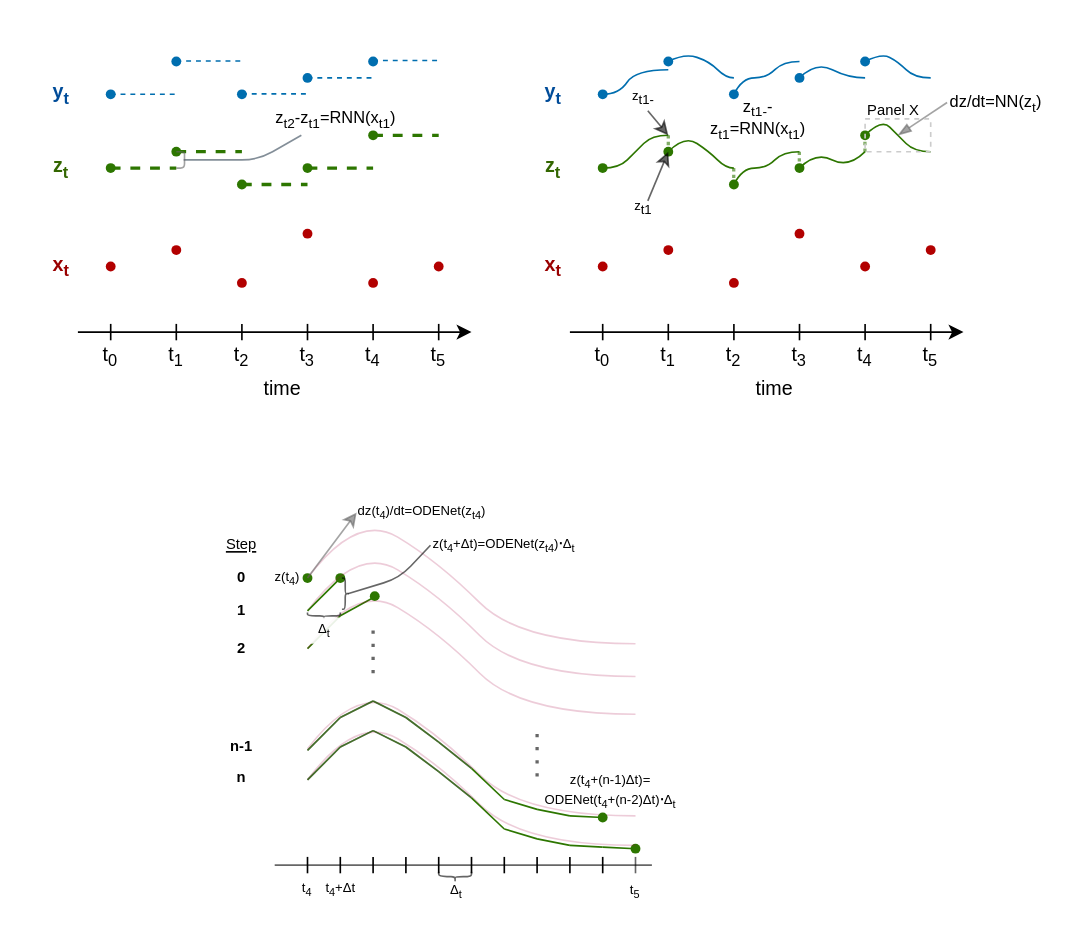
This is graph1.drawio from oizin/links, a draw.io file, before an edit. Source tidied: cells renumbered, new cells numbered last; positions are measured from the earlier drawing's top-left corner, leaving out a move shared by most shapes. Both pictures are drawn from the tidied source at 164%, with x=0, y=0 at pixel (28, 28).
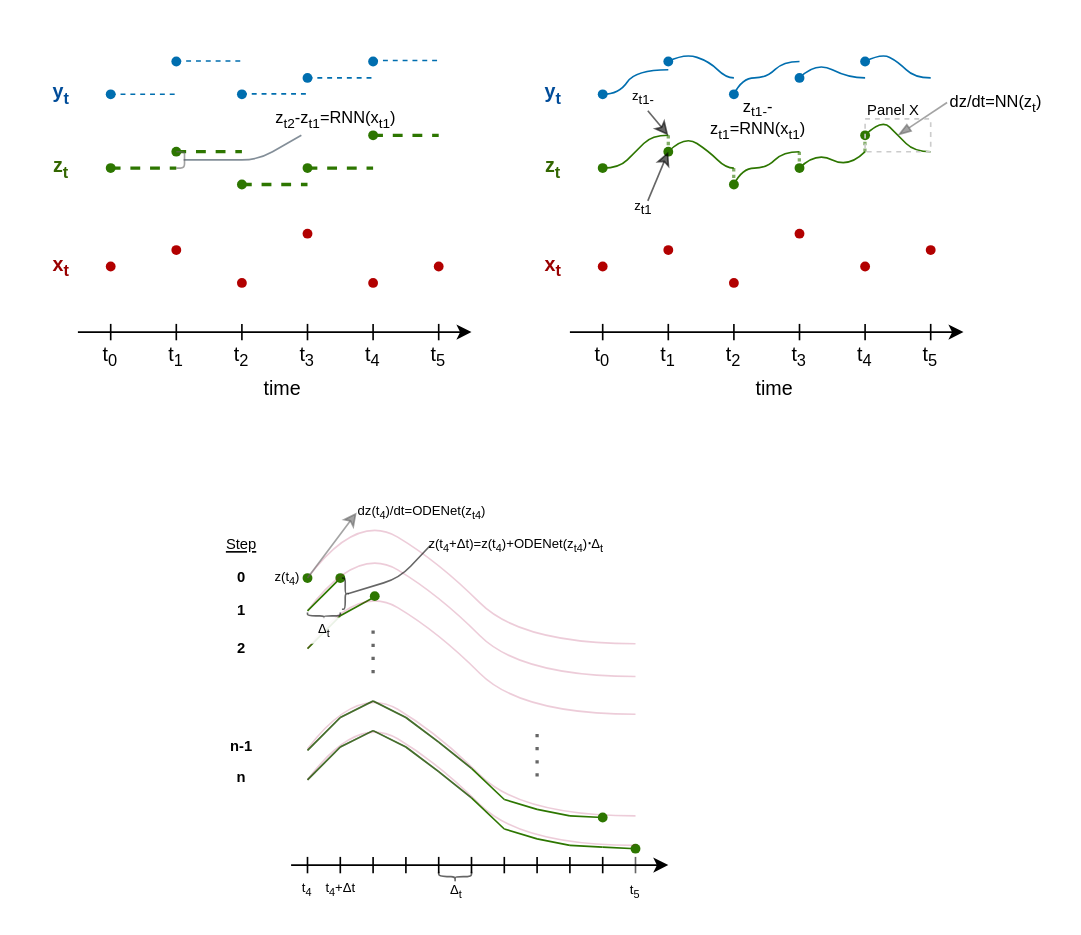
After the change.

What changed in the source:
```diff
@@
-    <mxCell id="109" style="line;strokeWidth=1;html=1;fontSize=8;fontColor=#000000;opacity=60;" parent="1" vertex="1">
-      <mxGeometry x="150" y="505" width="230" height="10" as="geometry" />
-    </mxCell>
@@
-    <mxCell id="130" value="z(t&lt;sub&gt;4&lt;/sub&gt;+&lt;span&gt;Δt)&lt;/span&gt;&lt;span&gt;=ODENet(z&lt;sub&gt;t4&lt;/sub&gt;)&lt;/span&gt;&lt;span class=&quot;ILfuVd&quot;&gt;&lt;span class=&quot;hgKElc&quot;&gt;&lt;b&gt;⋅&lt;/b&gt;&lt;/span&gt;&lt;/span&gt;&lt;span&gt;&lt;span&gt;Δ&lt;sub&gt;t&lt;/sub&gt;&lt;/span&gt;&lt;/span&gt;" style="text;html=1;strokeColor=none;fillColor=none;align=center;verticalAlign=middle;whiteSpace=wrap;rounded=0;fontSize=8;fontColor=#000000;opacity=60;" parent="1" vertex="1">
-      <mxGeometry x="245" y="305" width="90" height="20" as="geometry" />
+    <mxCell id="130" value="z(t&lt;sub&gt;4&lt;/sub&gt;+&lt;span&gt;Δt)&lt;/span&gt;&lt;span&gt;=z(t&lt;sub&gt;4&lt;/sub&gt;&lt;/span&gt;)+&lt;span&gt;&lt;sub&gt;&lt;/sub&gt;ODENet(z&lt;sub&gt;t4&lt;/sub&gt;)&lt;/span&gt;&lt;span class=&quot;ILfuVd&quot;&gt;&lt;span class=&quot;hgKElc&quot;&gt;&lt;b&gt;⋅&lt;/b&gt;&lt;/span&gt;&lt;/span&gt;&lt;span&gt;&lt;span&gt;Δ&lt;sub&gt;t&lt;/sub&gt;&lt;/span&gt;&lt;/span&gt;" style="text;html=1;strokeColor=none;fillColor=none;align=center;verticalAlign=middle;whiteSpace=wrap;rounded=0;fontSize=8;fontColor=#000000;opacity=60;" parent="1" vertex="1">
+      <mxGeometry x="245" y="305" width="105" height="20" as="geometry" />
     </mxCell>
@@
-    <mxCell id="175" value="&lt;div&gt;z(t&lt;sub&gt;4&lt;/sub&gt;+(n-1)&lt;span&gt;Δt&lt;/span&gt;&lt;span&gt;)=&lt;/span&gt;&lt;/div&gt;&lt;div&gt;&lt;span&gt;ODENet(&lt;/span&gt;&lt;span&gt;t&lt;sub&gt;4&lt;/sub&gt;+(n-2)&lt;span&gt;Δt&lt;/span&gt;)&lt;/span&gt;&lt;span class=&quot;ILfuVd&quot;&gt;&lt;span class=&quot;hgKElc&quot;&gt;&lt;b&gt;⋅&lt;/b&gt;&lt;/span&gt;&lt;/span&gt;&lt;span&gt;&lt;span&gt;Δ&lt;sub&gt;t&lt;/sub&gt;&lt;/span&gt;&lt;/span&gt;&lt;/div&gt;" style="text;html=1;align=center;verticalAlign=middle;whiteSpace=wrap;rounded=0;fontSize=8;opacity=60;" parent="1" vertex="1">
-      <mxGeometry x="310" y="450" width="90" height="30" as="geometry" />
-    </mxCell>
@@
+    <mxCell id="184" style="endArrow=classic;html=1;endFill=1;" parent="1" edge="1">
+      <mxGeometry relative="1" as="geometry">
+        <mxPoint x="160" y="510" as="sourcePoint" />
+        <mxPoint x="390" y="510" as="targetPoint" />
+      </mxGeometry>
+    </mxCell>
```
